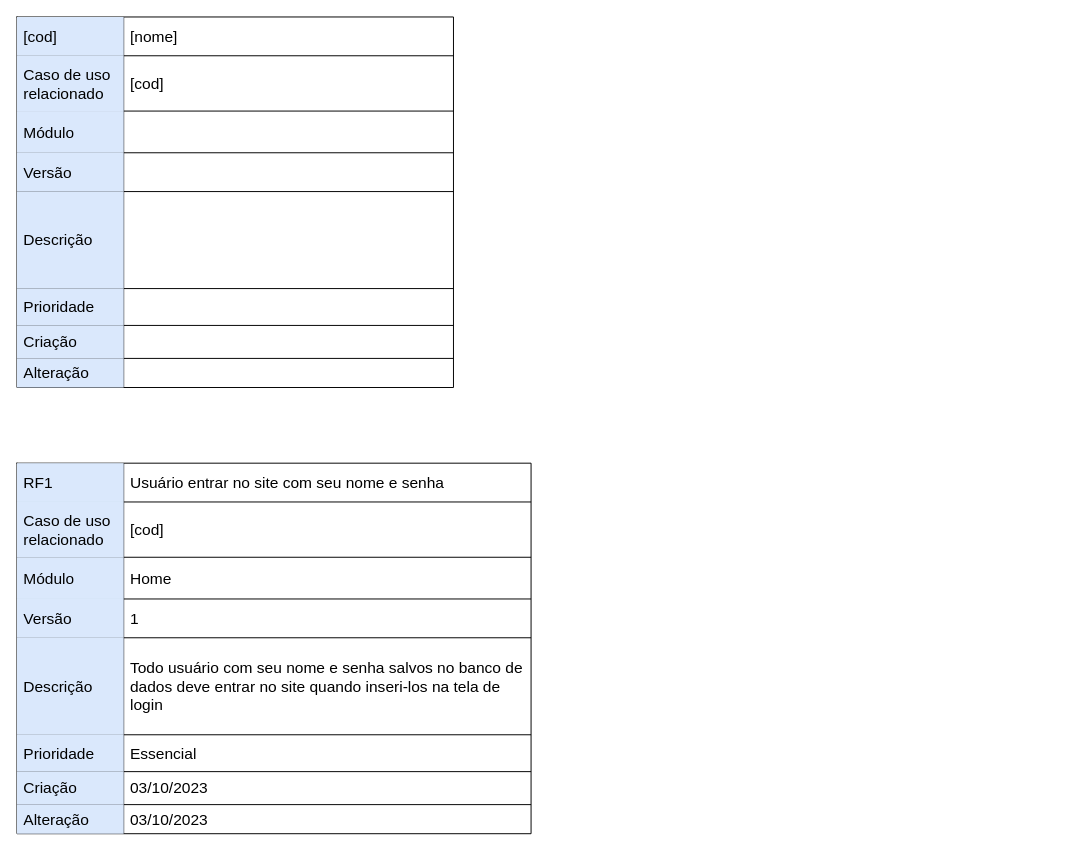
This is Documentação/Diagramas/Requisitos_Funcionais.drawio from LeozinRomeiro/Defray_Cost_Fuel, a draw.io file, before an edit. Source tidied: cells renumbered, new cells numbered last; positions are measured from the earlier drawing's top-left corner, leaving out a move shared by most shapes. Both pictures are drawn from the tidied source at 97%, with x=0, y=0 at pixel (16, 16).
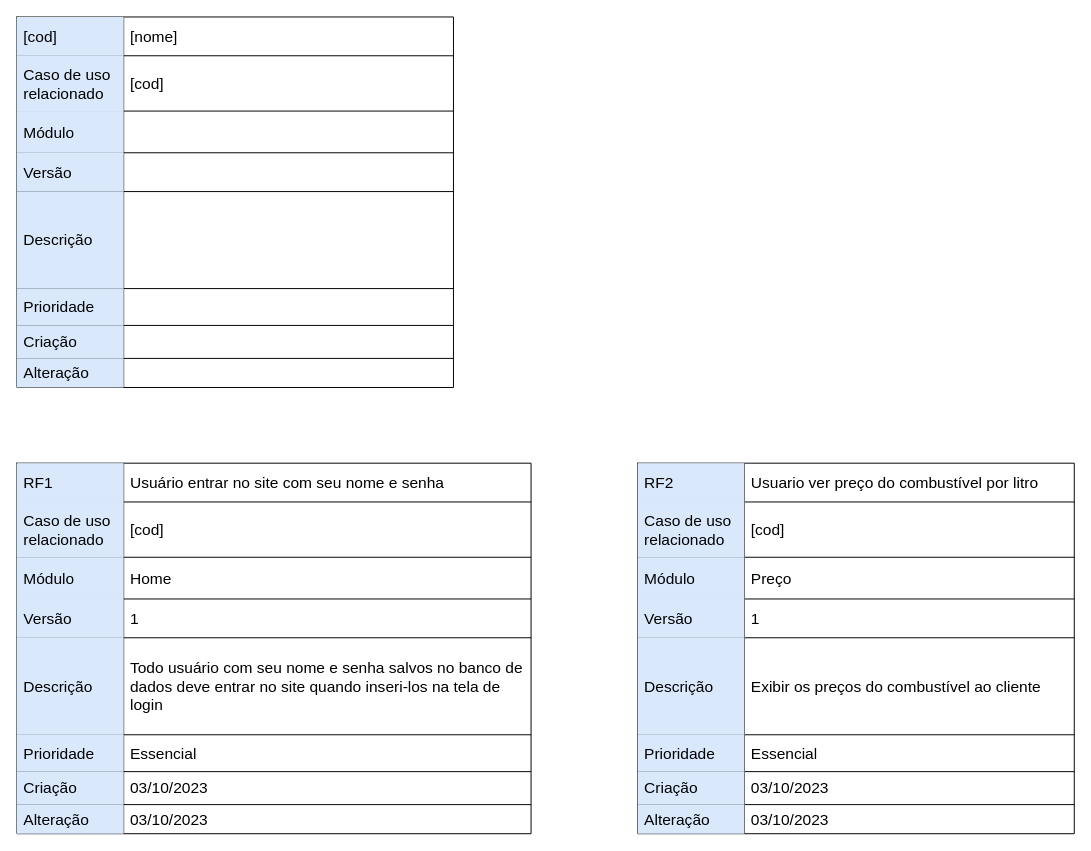
The same diagram, later.

Commit message:
1.2 Adicionei requisito para visualizar preços

Diff of the diagram source:
```diff
@@
+    <mxCell id="52" style="shape=table;startSize=0;childLayout=tableLayout;fontSize=16;align=left;spacingLeft=0;" parent="1" vertex="1">
+      <mxGeometry x="640" y="460" width="450" height="382" as="geometry" />
+    </mxCell>
+    <mxCell id="53" style="shape=tableRow;horizontal=0;startSize=0;swimlaneHead=0;swimlaneBody=0;strokeColor=inherit;top=0;left=0;bottom=0;right=0;fillColor=none;fontSize=16;" parent="52" vertex="1">
+      <mxGeometry width="450" height="40" as="geometry" />
+    </mxCell>
+    <mxCell id="54" value="RF2" style="shape=partialRectangle;html=1;whiteSpace=wrap;strokeColor=#6c8ebf;overflow=hidden;fillColor=#dae8fc;top=0;left=0;bottom=0;right=0;fontSize=16;align=left;spacingLeft=5;" parent="53" vertex="1">
+      <mxGeometry width="110" height="40" as="geometry" />
+    </mxCell>
+    <mxCell id="55" value="Usuario ver preço do combustível por litro&amp;nbsp;" style="shape=partialRectangle;html=1;whiteSpace=wrap;strokeColor=inherit;overflow=hidden;fillColor=none;top=0;left=0;bottom=0;right=0;fontSize=16;align=left;spacingLeft=5;" parent="53" vertex="1">
+      <mxGeometry x="110" width="340" height="40" as="geometry" />
+    </mxCell>
+    <mxCell id="56" style="shape=tableRow;horizontal=0;startSize=0;swimlaneHead=0;swimlaneBody=0;strokeColor=inherit;top=0;left=0;bottom=0;right=0;fillColor=none;fontSize=16;" parent="52" vertex="1">
+      <mxGeometry y="40" width="450" height="57" as="geometry" />
+    </mxCell>
+    <mxCell id="57" value="Caso de uso relacionado" style="shape=partialRectangle;html=1;whiteSpace=wrap;strokeColor=#6c8ebf;overflow=hidden;fillColor=#dae8fc;top=0;left=0;bottom=0;right=0;fontSize=16;align=left;spacingLeft=5;" parent="56" vertex="1">
+      <mxGeometry width="110" height="57" as="geometry" />
+    </mxCell>
+    <mxCell id="58" value="[cod]" style="shape=partialRectangle;html=1;whiteSpace=wrap;strokeColor=inherit;overflow=hidden;fillColor=none;top=0;left=0;bottom=0;right=0;fontSize=16;align=left;spacingLeft=5;" parent="56" vertex="1">
+      <mxGeometry x="110" width="340" height="57" as="geometry" />
+    </mxCell>
+    <mxCell id="59" style="shape=tableRow;horizontal=0;startSize=0;swimlaneHead=0;swimlaneBody=0;strokeColor=inherit;top=0;left=0;bottom=0;right=0;fillColor=none;fontSize=16;" parent="52" vertex="1">
+      <mxGeometry y="97" width="450" height="43" as="geometry" />
+    </mxCell>
+    <mxCell id="60" value="Módulo" style="shape=partialRectangle;html=1;whiteSpace=wrap;strokeColor=#6c8ebf;overflow=hidden;fillColor=#dae8fc;top=0;left=0;bottom=0;right=0;fontSize=16;align=left;spacingLeft=5;" parent="59" vertex="1">
+      <mxGeometry width="110" height="43" as="geometry" />
+    </mxCell>
+    <mxCell id="61" value="Preço" style="shape=partialRectangle;html=1;whiteSpace=wrap;strokeColor=inherit;overflow=hidden;fillColor=none;top=0;left=0;bottom=0;right=0;fontSize=16;align=left;spacingLeft=5;" parent="59" vertex="1">
+      <mxGeometry x="110" width="340" height="43" as="geometry" />
+    </mxCell>
+    <mxCell id="62" style="shape=tableRow;horizontal=0;startSize=0;swimlaneHead=0;swimlaneBody=0;strokeColor=inherit;top=0;left=0;bottom=0;right=0;fillColor=none;fontSize=16;" parent="52" vertex="1">
+      <mxGeometry y="140" width="450" height="40" as="geometry" />
+    </mxCell>
+    <mxCell id="63" value="Versão" style="shape=partialRectangle;html=1;whiteSpace=wrap;strokeColor=#6c8ebf;overflow=hidden;fillColor=#dae8fc;top=0;left=0;bottom=0;right=0;fontSize=16;align=left;spacingLeft=5;" parent="62" vertex="1">
+      <mxGeometry width="110" height="40" as="geometry" />
+    </mxCell>
+    <mxCell id="64" value="1" style="shape=partialRectangle;html=1;whiteSpace=wrap;strokeColor=inherit;overflow=hidden;fillColor=none;top=0;left=0;bottom=0;right=0;fontSize=16;align=left;spacingLeft=5;" parent="62" vertex="1">
+      <mxGeometry x="110" width="340" height="40" as="geometry" />
+    </mxCell>
+    <mxCell id="65" style="shape=tableRow;horizontal=0;startSize=0;swimlaneHead=0;swimlaneBody=0;strokeColor=inherit;top=0;left=0;bottom=0;right=0;fillColor=none;fontSize=16;" parent="52" vertex="1">
+      <mxGeometry y="180" width="450" height="100" as="geometry" />
+    </mxCell>
+    <mxCell id="66" value="Descrição" style="shape=partialRectangle;html=1;whiteSpace=wrap;strokeColor=#6c8ebf;overflow=hidden;fillColor=#dae8fc;top=0;left=0;bottom=0;right=0;fontSize=16;align=left;spacingLeft=5;" parent="65" vertex="1">
+      <mxGeometry width="110" height="100" as="geometry" />
+    </mxCell>
+    <mxCell id="67" value="Exibir os preços do combustível ao cliente&amp;nbsp;" style="shape=partialRectangle;html=1;whiteSpace=wrap;strokeColor=inherit;overflow=hidden;fillColor=none;top=0;left=0;bottom=0;right=0;fontSize=16;align=left;spacingLeft=5;" parent="65" vertex="1">
+      <mxGeometry x="110" width="340" height="100" as="geometry" />
+    </mxCell>
+    <mxCell id="68" style="shape=tableRow;horizontal=0;startSize=0;swimlaneHead=0;swimlaneBody=0;strokeColor=inherit;top=0;left=0;bottom=0;right=0;fillColor=none;fontSize=16;" parent="52" vertex="1">
+      <mxGeometry y="280" width="450" height="38" as="geometry" />
+    </mxCell>
+    <mxCell id="69" value="Prioridade" style="shape=partialRectangle;html=1;whiteSpace=wrap;strokeColor=#6c8ebf;overflow=hidden;fillColor=#dae8fc;top=0;left=0;bottom=0;right=0;fontSize=16;align=left;spacingLeft=5;" parent="68" vertex="1">
+      <mxGeometry width="110" height="38" as="geometry" />
+    </mxCell>
+    <mxCell id="70" value="Essencial" style="shape=partialRectangle;html=1;whiteSpace=wrap;strokeColor=inherit;overflow=hidden;fillColor=none;top=0;left=0;bottom=0;right=0;fontSize=16;align=left;spacingLeft=5;" parent="68" vertex="1">
+      <mxGeometry x="110" width="340" height="38" as="geometry" />
+    </mxCell>
+    <mxCell id="71" style="shape=tableRow;horizontal=0;startSize=0;swimlaneHead=0;swimlaneBody=0;strokeColor=inherit;top=0;left=0;bottom=0;right=0;fillColor=none;fontSize=16;" parent="52" vertex="1">
+      <mxGeometry y="318" width="450" height="34" as="geometry" />
+    </mxCell>
+    <mxCell id="72" value="Criação" style="shape=partialRectangle;html=1;whiteSpace=wrap;strokeColor=#6c8ebf;overflow=hidden;fillColor=#dae8fc;top=0;left=0;bottom=0;right=0;fontSize=16;align=left;spacingLeft=5;" parent="71" vertex="1">
+      <mxGeometry width="110" height="34" as="geometry" />
+    </mxCell>
+    <mxCell id="73" value="03/10/2023" style="shape=partialRectangle;html=1;whiteSpace=wrap;strokeColor=inherit;overflow=hidden;fillColor=none;top=0;left=0;bottom=0;right=0;fontSize=16;align=left;spacingLeft=5;" parent="71" vertex="1">
+      <mxGeometry x="110" width="340" height="34" as="geometry" />
+    </mxCell>
+    <mxCell id="74" style="shape=tableRow;horizontal=0;startSize=0;swimlaneHead=0;swimlaneBody=0;strokeColor=inherit;top=0;left=0;bottom=0;right=0;fillColor=none;fontSize=16;" parent="52" vertex="1">
+      <mxGeometry y="352" width="450" height="30" as="geometry" />
+    </mxCell>
+    <mxCell id="75" value="Alteração" style="shape=partialRectangle;html=1;whiteSpace=wrap;strokeColor=#6c8ebf;overflow=hidden;fillColor=#dae8fc;top=0;left=0;bottom=0;right=0;fontSize=16;align=left;spacingLeft=5;" parent="74" vertex="1">
+      <mxGeometry width="110" height="30" as="geometry" />
+    </mxCell>
+    <mxCell id="76" value="03/10/2023" style="shape=partialRectangle;html=1;whiteSpace=wrap;strokeColor=inherit;overflow=hidden;fillColor=none;top=0;left=0;bottom=0;right=0;fontSize=16;align=left;spacingLeft=5;" parent="74" vertex="1">
+      <mxGeometry x="110" width="340" height="30" as="geometry" />
+    </mxCell>
```
